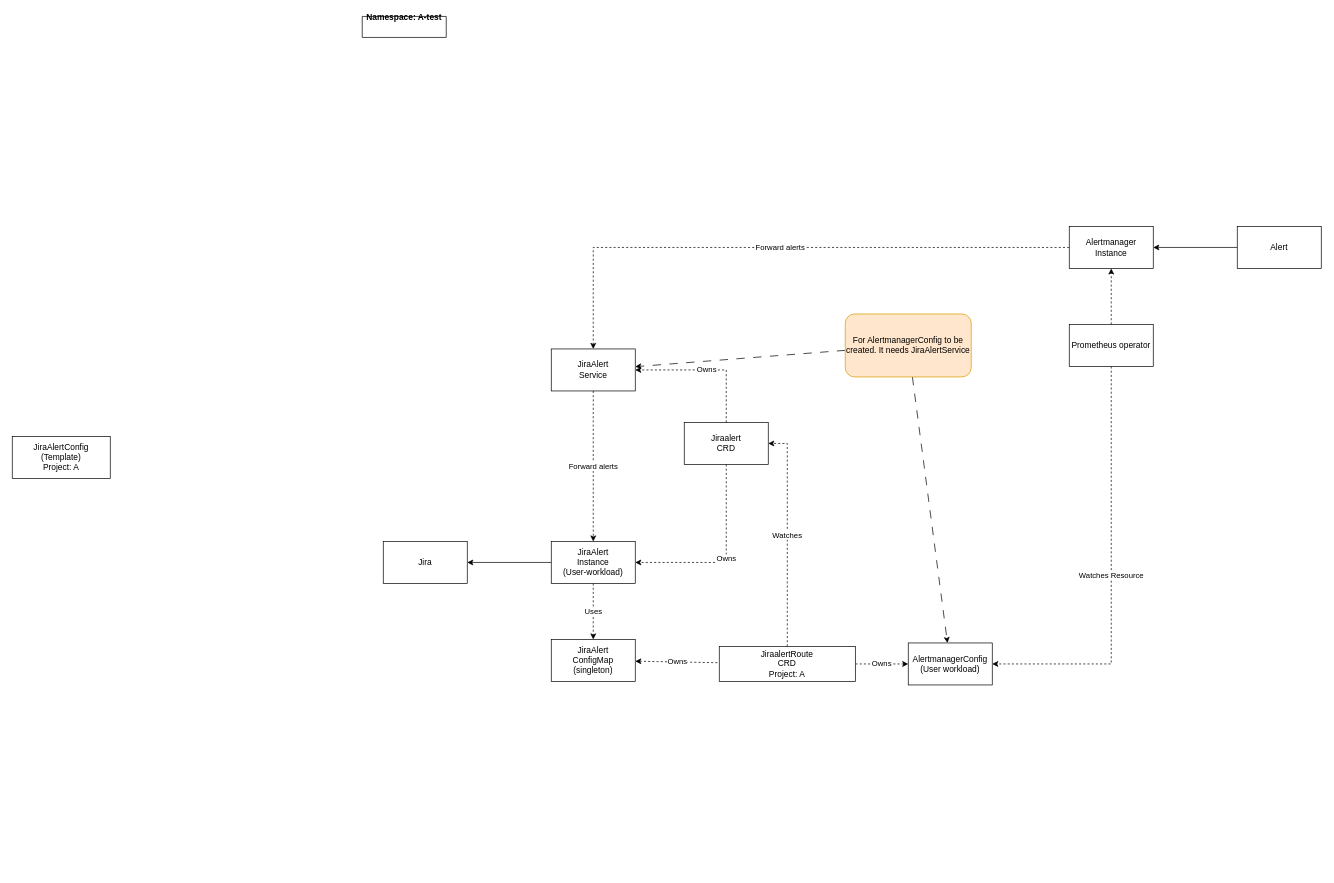
Earlier version of the draw.io diagram Namnlöst diagram.drawio (crikke/crikke). Source tidied: cells renumbered, new cells numbered last; positions are measured from the earlier drawing's top-left corner, leaving out a move shared by most shapes. Both pictures are drawn from the tidied source at 70%, with x=0, y=0 at pixel (12, 16).
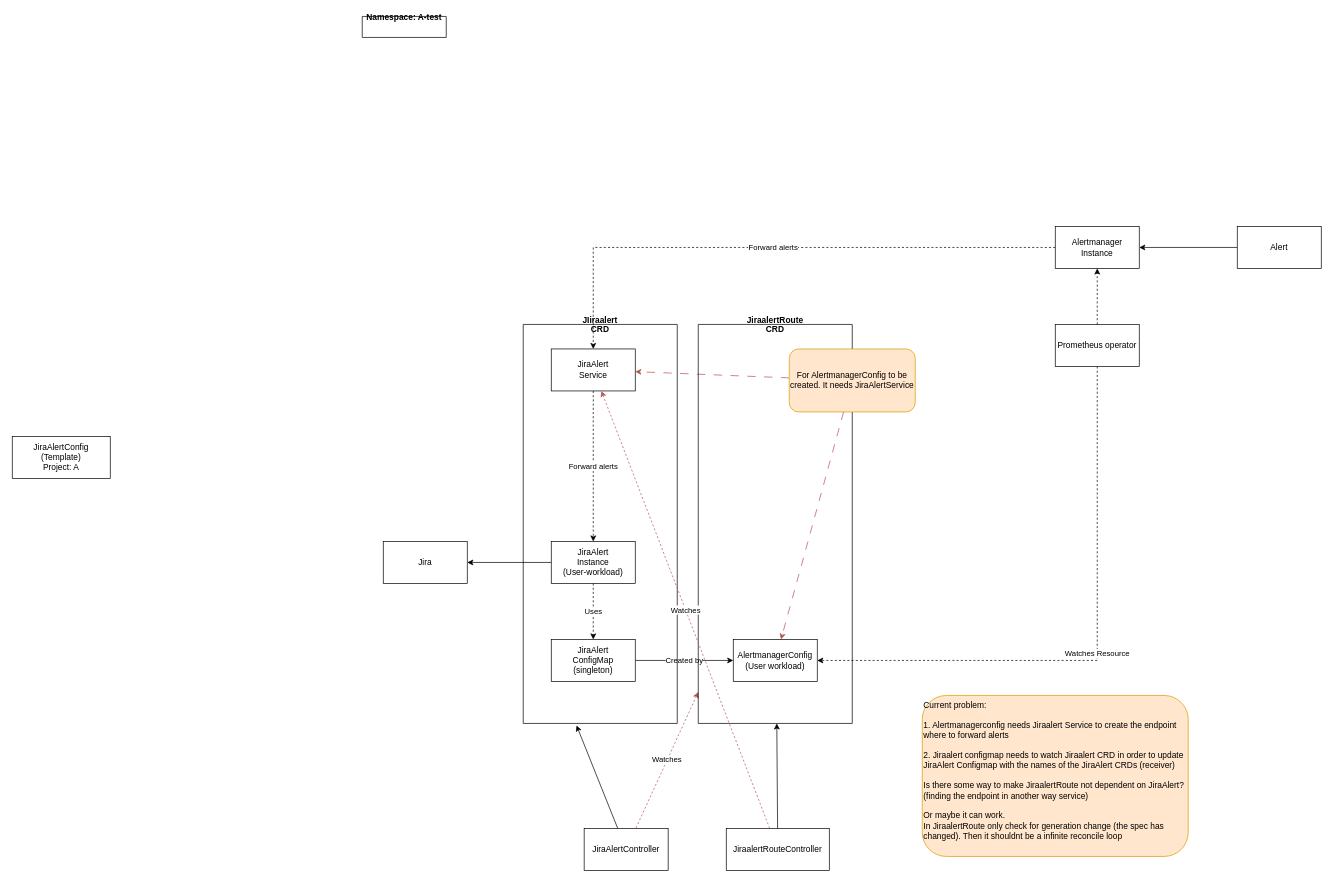
Above is the later version.

The change refers to these unchanged cells:
```xml
<mxCell id="4" value="JiraAlert&lt;br&gt;Instance&lt;br&gt;(User-workload)" style="rounded=0;whiteSpace=wrap;html=1;" parent="1" vertex="1">
  <mxGeometry x="770" y="750" width="120" height="60" as="geometry" />
</mxCell>
<mxCell id="8" value="JiraAlert&lt;br&gt;ConfigMap&lt;br&gt;(singleton)" style="rounded=0;whiteSpace=wrap;html=1;" parent="1" vertex="1">
  <mxGeometry x="770" y="890" width="120" height="60" as="geometry" />
</mxCell>
<mxCell id="21" value="JiraAlert&lt;br&gt;Service" style="rounded=0;whiteSpace=wrap;html=1;" parent="1" vertex="1">
  <mxGeometry x="770" y="475" width="120" height="60" as="geometry" />
</mxCell>
```

The edit, as a diff of the source:
```diff
@@
-    <mxCell id="7" value="Owns" style="rounded=0;jettySize=auto;html=1;dashed=1;startArrow=classic;startFill=1;endArrow=none;endFill=0;" parent="1" edge="1" source="8" target="12">
-      <mxGeometry relative="1" as="geometry" />
-    </mxCell>
+    <mxCell id="30" value="Created by" style="edgeStyle=orthogonalEdgeStyle;rounded=0;jettySize=auto;html=1;" parent="1" edge="1" source="8" target="10">
+      <mxGeometry relative="1" as="geometry" />
+    </mxCell>
@@
-    <mxCell id="9" value="Owns" style="rounded=0;jettySize=auto;html=1;dashed=1;endArrow=none;endFill=0;startArrow=classic;startFill=1;" parent="1" edge="1" source="10" target="12">
-      <mxGeometry relative="1" as="geometry" />
-    </mxCell>
-    <mxCell id="10" value="AlertmanagerConfig&lt;br&gt;(User workload)" style="rounded=0;whiteSpace=wrap;html=1;" parent="1" vertex="1">
-      <mxGeometry x="1280" y="895" width="120" height="60" as="geometry" />
-    </mxCell>
-    <mxCell id="11" value="Watches" style="edgeStyle=orthogonalEdgeStyle;rounded=0;jettySize=auto;html=1;entryX=1;entryY=0.5;entryDx=0;entryDy=0;dashed=1;" parent="1" edge="1" source="12" target="20">
-      <mxGeometry relative="1" as="geometry" />
-    </mxCell>
-    <mxCell id="12" value="JiraalertRoute&lt;br&gt;CRD&lt;br&gt;Project: A" style="rounded=0;whiteSpace=wrap;html=1;" parent="1" vertex="1">
-      <mxGeometry x="1010" y="900" width="194.4" height="50" as="geometry" />
-    </mxCell>
@@
-    <mxCell id="14" value="Watches Resource" style="edgeStyle=orthogonalEdgeStyle;rounded=0;jettySize=auto;html=1;dashed=1;entryX=1;entryY=0.5;entryDx=0;entryDy=0;exitX=0.5;exitY=1;exitDx=0;exitDy=0;" parent="1" edge="1" source="16" target="10">
+    <mxCell id="14" value="Watches Resource" style="edgeStyle=orthogonalEdgeStyle;rounded=0;jettySize=auto;html=1;dashed=1;exitX=0.5;exitY=1;exitDx=0;exitDy=0;entryX=1;entryY=0.5;entryDx=0;entryDy=0;" parent="1" edge="1" source="16" target="10">
       <mxGeometry relative="1" as="geometry" />
     </mxCell>
@@
     <mxCell id="16" value="Prometheus operator" style="rounded=0;whiteSpace=wrap;html=1;" parent="1" vertex="1">
-      <mxGeometry x="1510" y="440" width="120" height="60" as="geometry" />
+      <mxGeometry x="1490" y="440" width="120" height="60" as="geometry" />
     </mxCell>
@@
     <mxCell id="18" value="Alertmanager&lt;br&gt;Instance" style="rounded=0;whiteSpace=wrap;html=1;" parent="1" vertex="1">
-      <mxGeometry x="1510" y="300" width="120" height="60" as="geometry" />
+      <mxGeometry x="1490" y="300" width="120" height="60" as="geometry" />
     </mxCell>
-    <mxCell id="19" value="Owns" style="edgeStyle=orthogonalEdgeStyle;rounded=0;jettySize=auto;html=1;dashed=1;entryX=1;entryY=0.5;entryDx=0;entryDy=0;exitX=0.5;exitY=1;exitDx=0;exitDy=0;" parent="1" edge="1" source="20" target="4">
-      <mxGeometry relative="1" as="geometry" />
-    </mxCell>
-    <mxCell id="20" value="Jiraalert&lt;br&gt;CRD" style="rounded=0;whiteSpace=wrap;html=1;" parent="1" vertex="1">
-      <mxGeometry x="960" y="580" width="120" height="60" as="geometry" />
-    </mxCell>
@@
-    <mxCell id="22" value="Owns" style="edgeStyle=orthogonalEdgeStyle;rounded=0;jettySize=auto;html=1;dashed=1;entryX=1;entryY=0.5;entryDx=0;entryDy=0;exitX=0.5;exitY=0;exitDx=0;exitDy=0;" parent="1" edge="1" source="20" target="21">
-      <mxGeometry relative="1" as="geometry" />
-    </mxCell>
@@
-    <mxCell id="24" style="rounded=0;jettySize=auto;html=1;dashed=1;dashPattern=12 12;" parent="1" edge="1" source="26" target="10">
-      <mxGeometry relative="1" as="geometry" />
-    </mxCell>
-    <mxCell id="25" style="rounded=0;jettySize=auto;html=1;dashed=1;dashPattern=12 12;" parent="1" edge="1" source="26" target="21">
+    <mxCell id="25" style="rounded=0;jettySize=auto;html=1;dashed=1;dashPattern=12 12;fillColor=#f8cecc;strokeColor=#b85450;" parent="1" edge="1" source="26" target="21">
       <mxGeometry relative="1" as="geometry" />
     </mxCell>
-    <mxCell id="26" value="For AlertmanagerConfig to be created. It needs JiraAlertService" style="rounded=1;whiteSpace=wrap;html=1;fillColor=#ffe6cc;strokeColor=#d79b00;" parent="1" vertex="1">
-      <mxGeometry x="1190" y="425" width="180" height="90" as="geometry" />
-    </mxCell>
@@
+    <mxCell id="31" value="JiraAlertController" style="rounded=0;whiteSpace=wrap;html=1;" parent="1" vertex="1">
+      <mxGeometry x="817" y="1160" width="120" height="60" as="geometry" />
+    </mxCell>
+    <mxCell id="32" value="JiraalertRouteController" style="rounded=0;whiteSpace=wrap;html=1;" parent="1" vertex="1">
+      <mxGeometry x="1020" y="1160" width="147.2" height="60" as="geometry" />
+    </mxCell>
+    <mxCell id="33" style="rounded=0;jettySize=auto;html=1;entryX=0.346;entryY=1.005;entryDx=0;entryDy=0;entryPerimeter=0;" parent="1" edge="1" source="31" target="34">
+      <mxGeometry relative="1" as="geometry" />
+    </mxCell>
+    <mxCell id="34" value="JIiraalert&#10;CRD" style="swimlane;startSize=0;" parent="1" vertex="1">
+      <mxGeometry x="730" y="440" width="220" height="570" as="geometry" />
+    </mxCell>
+    <mxCell id="35" value="Watches" style="rounded=0;jettySize=auto;html=1;dashed=1;startArrow=classic;startFill=1;endArrow=none;endFill=0;fillColor=#f8cecc;strokeColor=#b85450;" parent="1" edge="1" source="36" target="31">
+      <mxGeometry relative="1" as="geometry" />
+    </mxCell>
+    <mxCell id="36" value="JiraalertRoute&#10;CRD" style="swimlane;startSize=0;" parent="1" vertex="1">
+      <mxGeometry x="980" y="440" width="220" height="570" as="geometry" />
+    </mxCell>
+    <mxCell id="10" value="AlertmanagerConfig&lt;br&gt;(User workload)" style="rounded=0;whiteSpace=wrap;html=1;" parent="36" vertex="1">
+      <mxGeometry x="50" y="450" width="120" height="60" as="geometry" />
+    </mxCell>
+    <mxCell id="37" value="Watches" style="rounded=0;jettySize=auto;html=1;dashed=1;startArrow=classic;startFill=1;endArrow=none;endFill=0;fillColor=#f8cecc;strokeColor=#b85450;" parent="1" edge="1" source="21" target="32">
+      <mxGeometry relative="1" as="geometry" />
+    </mxCell>
+    <mxCell id="38" style="rounded=0;jettySize=auto;html=1;" parent="1" edge="1" source="32" target="36">
+      <mxGeometry relative="1" as="geometry" />
+    </mxCell>
+    <mxCell id="26" value="For AlertmanagerConfig to be created. It needs JiraAlertService" style="rounded=1;whiteSpace=wrap;html=1;fillColor=#ffe6cc;strokeColor=#d79b00;" parent="1" vertex="1">
+      <mxGeometry x="1110" y="475" width="180" height="90" as="geometry" />
+    </mxCell>
+    <mxCell id="24" style="rounded=0;jettySize=auto;html=1;dashed=1;dashPattern=12 12;fillColor=#f8cecc;strokeColor=#b85450;" parent="1" edge="1" source="26" target="10">
+      <mxGeometry relative="1" as="geometry" />
+    </mxCell>
+    <mxCell id="39" value="Current problem:&lt;br&gt;&lt;br&gt;1. Alertmanagerconfig needs Jiraalert Service to create the endpoint where to forward alerts&lt;br&gt;&lt;br&gt;2. Jiraalert configmap needs to watch Jiraalert CRD in order to update JiraAlert Configmap with the names of the JiraAlert CRDs (receiver)&lt;br&gt;&lt;br&gt;Is there some way to make JiraalertRoute not dependent on JiraAlert? (finding the endpoint in another way service)&lt;br&gt;&lt;br&gt;Or maybe it can work.&amp;nbsp;&lt;br&gt;In JiraalertRoute only check for generation change (the spec has changed). Then it shouldnt be a infinite reconcile loop" style="rounded=1;whiteSpace=wrap;html=1;fillColor=#ffe6cc;strokeColor=#d79b00;align=left;verticalAlign=top;" parent="1" vertex="1">
+      <mxGeometry x="1300" y="970" width="380" height="230" as="geometry" />
+    </mxCell>
```
